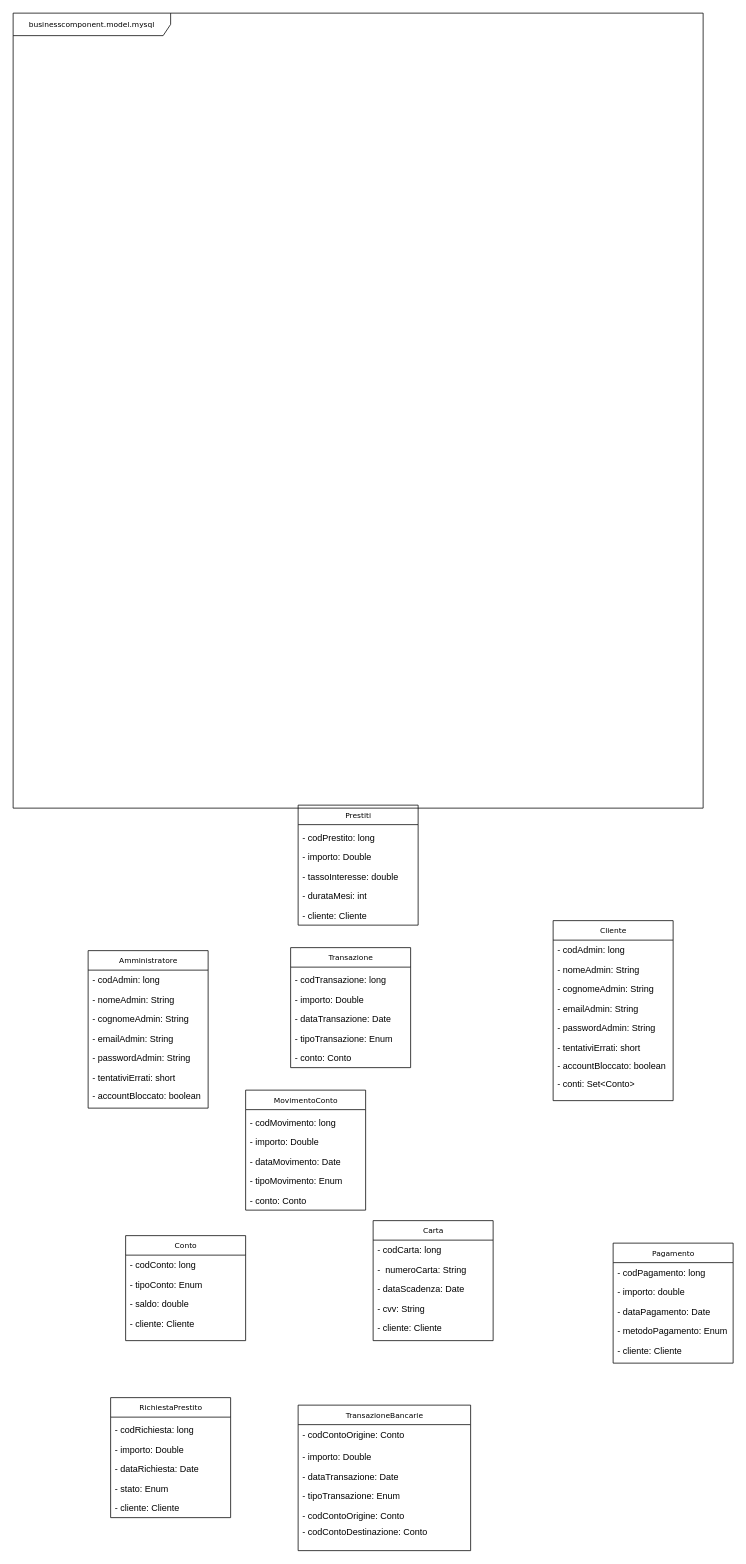
Before: page "model" (1 of 4) of DiagrammaCalssi.drawio in davide-vigano-tas/applicazione-bancaria, a draw.io diagram. Source tidied: cells renumbered, new cells numbered last; positions are measured from the earlier drawing's top-left corner, leaving out a move shared by most shapes. Both pictures are drawn from the tidied source at 75%, with x=0, y=0 at pixel (13, 13).
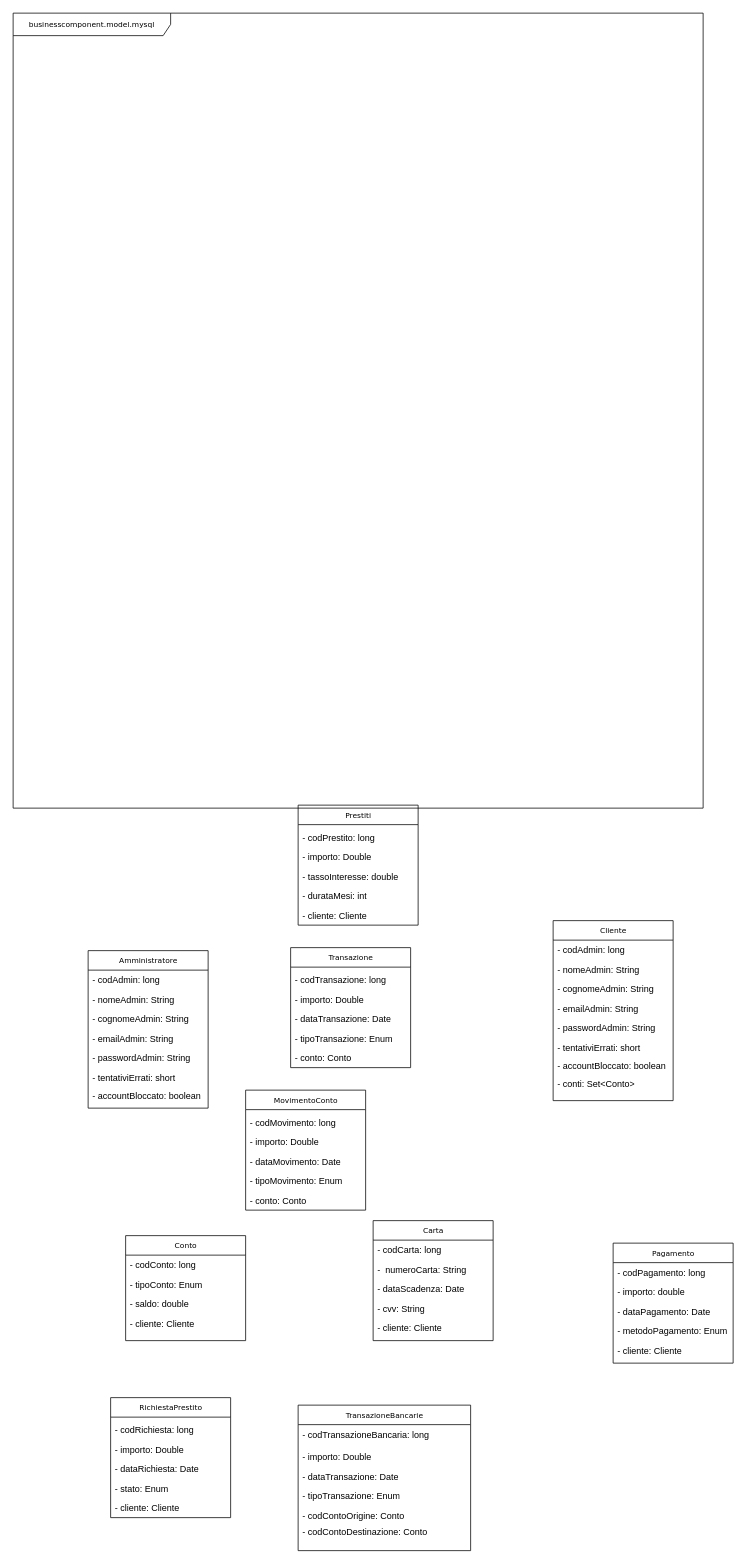
The same diagram, later.

The change refers to these unchanged cells:
```xml
<mxCell id="52" value="TransazioneBancarie" style="swimlane;html=1;fontStyle=0;horizontal=1;startSize=26;fillColor=none;swimlaneFillColor=#ffffff;rounded=0;shadow=0;comic=0;labelBackgroundColor=none;strokeWidth=1;fontFamily=Verdana;fontSize=10;align=center;" parent="51" vertex="1">
  <mxGeometry y="-4" width="230" height="194" as="geometry" />
</mxCell>
```

Change to the diagram source:
```diff
@@
-    <mxCell id="53" value="- codContoOrigine: Conto" style="text;html=1;strokeColor=none;fillColor=none;align=left;verticalAlign=top;spacingLeft=4;spacingRight=4;whiteSpace=wrap;overflow=hidden;" parent="52" vertex="1">
+    <mxCell id="53" value="- codTransazioneBancaria: long&lt;div&gt;&lt;br&gt;&lt;/div&gt;" style="text;html=1;strokeColor=none;fillColor=none;align=left;verticalAlign=top;spacingLeft=4;spacingRight=4;whiteSpace=wrap;overflow=hidden;" parent="52" vertex="1">
       <mxGeometry y="26" width="230" height="26" as="geometry" />
     </mxCell>
```
